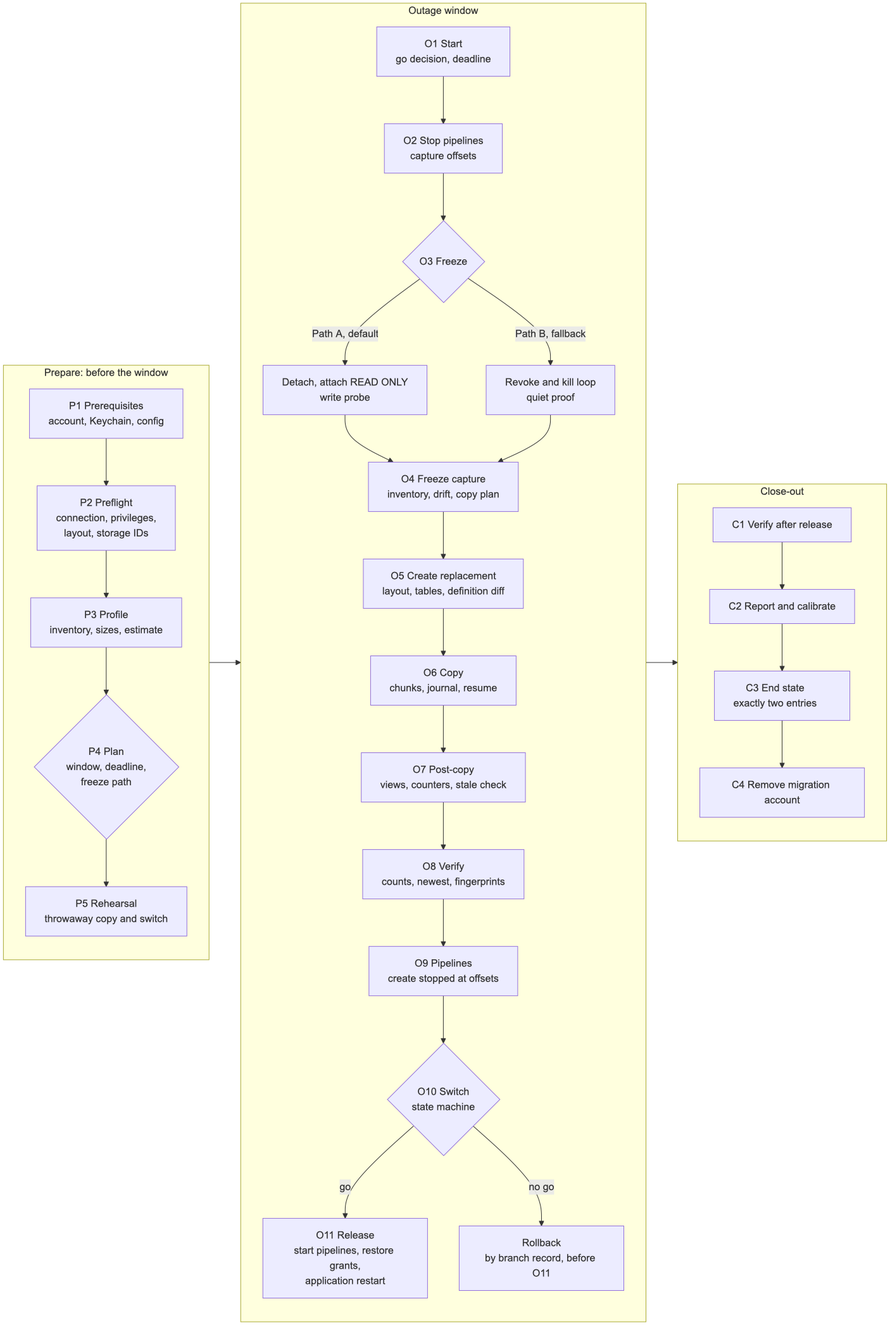
Above: docs/flow.png in jmbergamini/singlestore_replicator (Mermaid), before the change. Its source is kept beside it as docs/flow.mmd. The source it was exported from:
```mermaid
flowchart LR
  subgraph P[Prepare: before the window]
    direction TB
    P1[P1 Prerequisites<br/>account, Keychain, config] --> P2[P2 Preflight<br/>connection, privileges,<br/>layout, storage IDs,<br/>workspace questions]
    P2 --> P3[P3 Profile<br/>inventory, routines, reference tables,<br/>estimate, pipeline credentials asked]
    P3 --> P4{P4 Plan<br/>window, owners, names}
  end
  subgraph O[Outage window]
    direction TB
    O1[O1 Start<br/>names confirmed, go decision] --> O2[O2 Stop pipelines<br/>capture offsets]
    O2 --> O3[O3 Freeze<br/>detach, attach READ ONLY,<br/>write probe]
    O3 --> O4[O4 Freeze capture<br/>inventory, drift, copy plan]
    O4 --> O5[O5 Create replacement<br/>layout, tables, functions, aggregates]
    O5 --> O6[O6 Copy<br/>chunks, journal, resume,<br/>one retry round, staging for reference tables]
    O6 --> O7[O7 Post-copy<br/>views, procedures, counters, stale check]
    O7 --> O8[O8 Verify<br/>counts, newest, fingerprints<br/>in parallel, sampled over 1 B rows]
    O8 --> O9[O9 Pipelines<br/>create stopped at offsets]
    O9 --> O10{O10 Switch<br/>S1 detach, S2 retain, S2b drop original record,<br/>S3 attach live, S4 drop replacement<br/>ends with two entries}
    O10 -->|go| O11[O11 Release<br/>start pipelines,<br/>application restart]
    O10 -->|no go| RB[Rollback<br/>original by syntax before S2b,<br/>through the retained copy after]
  end
  subgraph C[Close-out]
    direction TB
    C1[C1 Verify after release] --> C2[C2 Report<br/>retain-until date recorded]
    C2 --> C3[C3 End state<br/>two entries]
    C3 --> C4[C4 Remove migration account]
    C4 -.->|optional, after retain-until,<br/>the customer| C5[C5 cleanup --delete<br/>the retained original]
  end
  P4 --> O1
  O11 --> C1
```
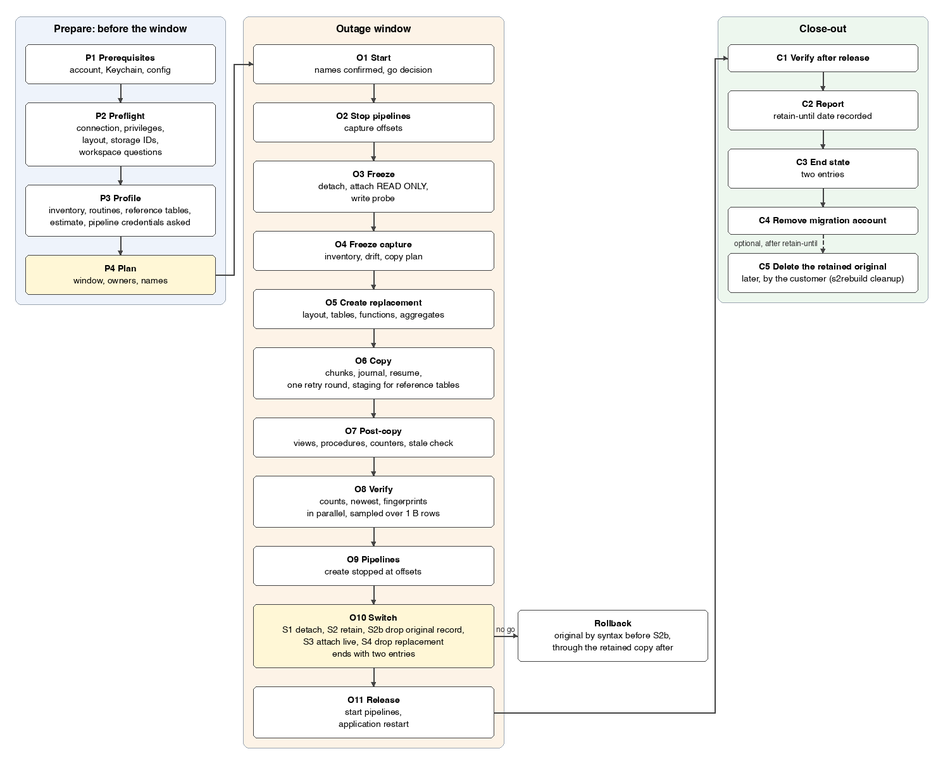
After the commit.

Commit message:
Flow diagram redrawn without P5 and Path B; B5 error names workspace.host

Diff of the diagram source:
```diff
@@ -24,7 +24,7 @@
     C1[C1 Verify after release] --> C2[C2 Report<br/>retain-until date recorded]
     C2 --> C3[C3 End state<br/>two entries]
     C3 --> C4[C4 Remove migration account]
-    C4 -.->|optional, after retain-until,<br/>the customer| C5[C5 cleanup --delete<br/>the retained original]
+    C4 -.->|optional, after retain-until| C5[C5 Delete the retained original<br/>later, by the customer (s2rebuild cleanup)]
   end
   P4 --> O1
   O11 --> C1
```
